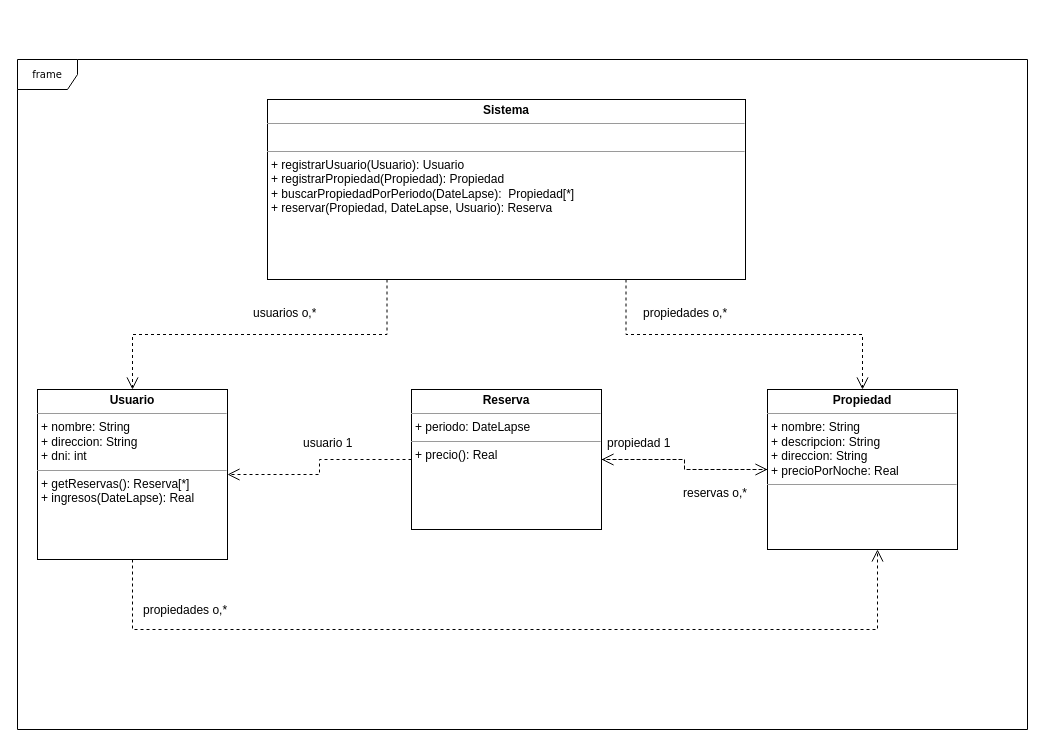
ArturoNievas/OrientacionObjetos1 keeps this draw.io diagram as ej15uml.drawio. Above is the earlier version. Source tidied: cells renumbered, new cells numbered last; positions are measured from the earlier drawing's top-left corner, leaving out a move shared by most shapes. Both pictures are drawn from the tidied source at 100%, with x=0, y=0 at pixel (17, 59).
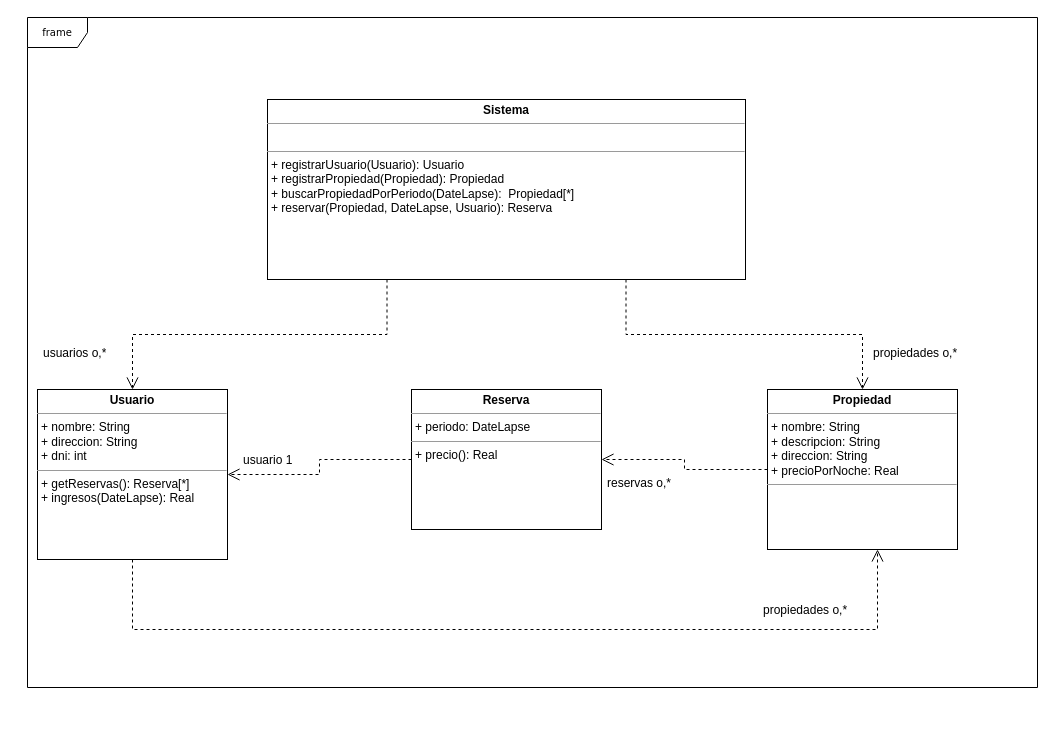
The same page after the edit.

The change refers to these unchanged cells:
```xml
<mxCell id="6" value="&lt;p style=&quot;margin:0px;margin-top:4px;text-align:center;&quot;&gt;&lt;b&gt;Reserva&lt;/b&gt;&lt;/p&gt;&lt;hr size=&quot;1&quot;&gt;&lt;p style=&quot;margin:0px;margin-left:4px;&quot;&gt;+ periodo: DateLapse&lt;/p&gt;&lt;hr size=&quot;1&quot;&gt;&lt;p style=&quot;margin:0px;margin-left:4px;&quot;&gt;+ precio(): Real&lt;br&gt;&lt;/p&gt;" style="verticalAlign=top;align=left;overflow=fill;fontSize=12;fontFamily=Helvetica;html=1;rounded=0;shadow=0;comic=0;labelBackgroundColor=none;strokeWidth=1;" parent="1" vertex="1">
  <mxGeometry x="394" y="330" width="190" height="140" as="geometry" />
</mxCell>
<mxCell id="7" value="&lt;p style=&quot;margin:0px;margin-top:4px;text-align:center;&quot;&gt;&lt;b&gt;Propiedad&lt;/b&gt;&lt;/p&gt;&lt;hr size=&quot;1&quot;&gt;&lt;p style=&quot;margin:0px;margin-left:4px;&quot;&gt;+ nombre: String&lt;/p&gt;&lt;p style=&quot;margin:0px;margin-left:4px;&quot;&gt;+ descripcion: String&lt;br style=&quot;border-color: var(--border-color);&quot;&gt;+ direccion: String&lt;br&gt;&lt;/p&gt;&lt;p style=&quot;margin:0px;margin-left:4px;&quot;&gt;+ precioPorNoche: Real&lt;/p&gt;&lt;hr size=&quot;1&quot;&gt;&lt;p style=&quot;margin:0px;margin-left:4px;&quot;&gt;&lt;br&gt;&lt;/p&gt;" style="verticalAlign=top;align=left;overflow=fill;fontSize=12;fontFamily=Helvetica;html=1;rounded=0;shadow=0;comic=0;labelBackgroundColor=none;strokeWidth=1;" parent="1" vertex="1">
  <mxGeometry x="750" y="330" width="190" height="160" as="geometry" />
</mxCell>
```

Diff of the diagram source:
```diff
@@
     <mxCell id="2" value="frame" style="shape=umlFrame;whiteSpace=wrap;html=1;rounded=0;shadow=0;comic=0;labelBackgroundColor=none;strokeWidth=1;fontFamily=Verdana;fontSize=10;align=center;" parent="1" vertex="1">
-      <mxGeometry width="1010" height="670" as="geometry" />
+      <mxGeometry x="10" y="-42" width="1010" height="670" as="geometry" />
     </mxCell>
@@
-    <mxCell id="9" style="edgeStyle=orthogonalEdgeStyle;rounded=0;html=1;labelBackgroundColor=none;startFill=0;endArrow=open;endFill=0;endSize=10;fontFamily=Verdana;fontSize=10;dashed=1;exitX=1;exitY=0.5;exitDx=0;exitDy=0;entryX=0;entryY=0.5;entryDx=0;entryDy=0;" parent="1" edge="1" source="6" target="7">
-      <mxGeometry relative="1" as="geometry" />
-    </mxCell>
@@
     <mxCell id="11" style="edgeStyle=orthogonalEdgeStyle;rounded=0;html=1;labelBackgroundColor=none;startFill=0;endArrow=open;endFill=0;endSize=10;fontFamily=Verdana;fontSize=10;dashed=1;entryX=1;entryY=0.5;entryDx=0;entryDy=0;exitX=0;exitY=0.5;exitDx=0;exitDy=0;" parent="1" edge="1" source="7" target="6">
-      <mxGeometry relative="1" as="geometry" />
+      <mxGeometry relative="1" as="geometry">
+        <Array as="points">
+          <mxPoint x="667" y="410" />
+          <mxPoint x="667" y="400" />
+        </Array>
+      </mxGeometry>
     </mxCell>
@@
     <mxCell id="13" value="usuarios o,*" style="text;strokeColor=none;fillColor=none;align=left;verticalAlign=top;spacingLeft=4;spacingRight=4;overflow=hidden;whiteSpace=wrap;html=1;" parent="1" vertex="1">
-      <mxGeometry x="230" y="240" width="100" height="26" as="geometry" />
+      <mxGeometry x="20" y="280" width="100" height="26" as="geometry" />
     </mxCell>
     <mxCell id="14" value="propiedades o,*" style="text;strokeColor=none;fillColor=none;align=left;verticalAlign=top;spacingLeft=4;spacingRight=4;overflow=hidden;whiteSpace=wrap;html=1;" parent="1" vertex="1">
-      <mxGeometry x="620" y="240" width="100" height="26" as="geometry" />
+      <mxGeometry x="850" y="280" width="100" height="26" as="geometry" />
     </mxCell>
     <mxCell id="15" value="usuario 1" style="text;strokeColor=none;fillColor=none;align=left;verticalAlign=top;spacingLeft=4;spacingRight=4;overflow=hidden;whiteSpace=wrap;html=1;" parent="1" vertex="1">
-      <mxGeometry x="280" y="370" width="100" height="26" as="geometry" />
+      <mxGeometry x="220" y="387" width="100" height="26" as="geometry" />
     </mxCell>
     <mxCell id="16" value="reservas o,*" style="text;strokeColor=none;fillColor=none;align=left;verticalAlign=top;spacingLeft=4;spacingRight=4;overflow=hidden;whiteSpace=wrap;html=1;" parent="1" vertex="1">
-      <mxGeometry x="660" y="420" width="100" height="26" as="geometry" />
+      <mxGeometry x="584" y="410" width="100" height="26" as="geometry" />
     </mxCell>
-    <mxCell id="17" value="propiedad 1" style="text;strokeColor=none;fillColor=none;align=left;verticalAlign=top;spacingLeft=4;spacingRight=4;overflow=hidden;whiteSpace=wrap;html=1;" parent="1" vertex="1">
-      <mxGeometry x="584" y="370" width="100" height="26" as="geometry" />
-    </mxCell>
     <mxCell id="18" value="propiedades o,*" style="text;strokeColor=none;fillColor=none;align=left;verticalAlign=top;spacingLeft=4;spacingRight=4;overflow=hidden;whiteSpace=wrap;html=1;" parent="1" vertex="1">
-      <mxGeometry x="120" y="537" width="100" height="26" as="geometry" />
+      <mxGeometry x="740" y="537" width="100" height="26" as="geometry" />
     </mxCell>
```
